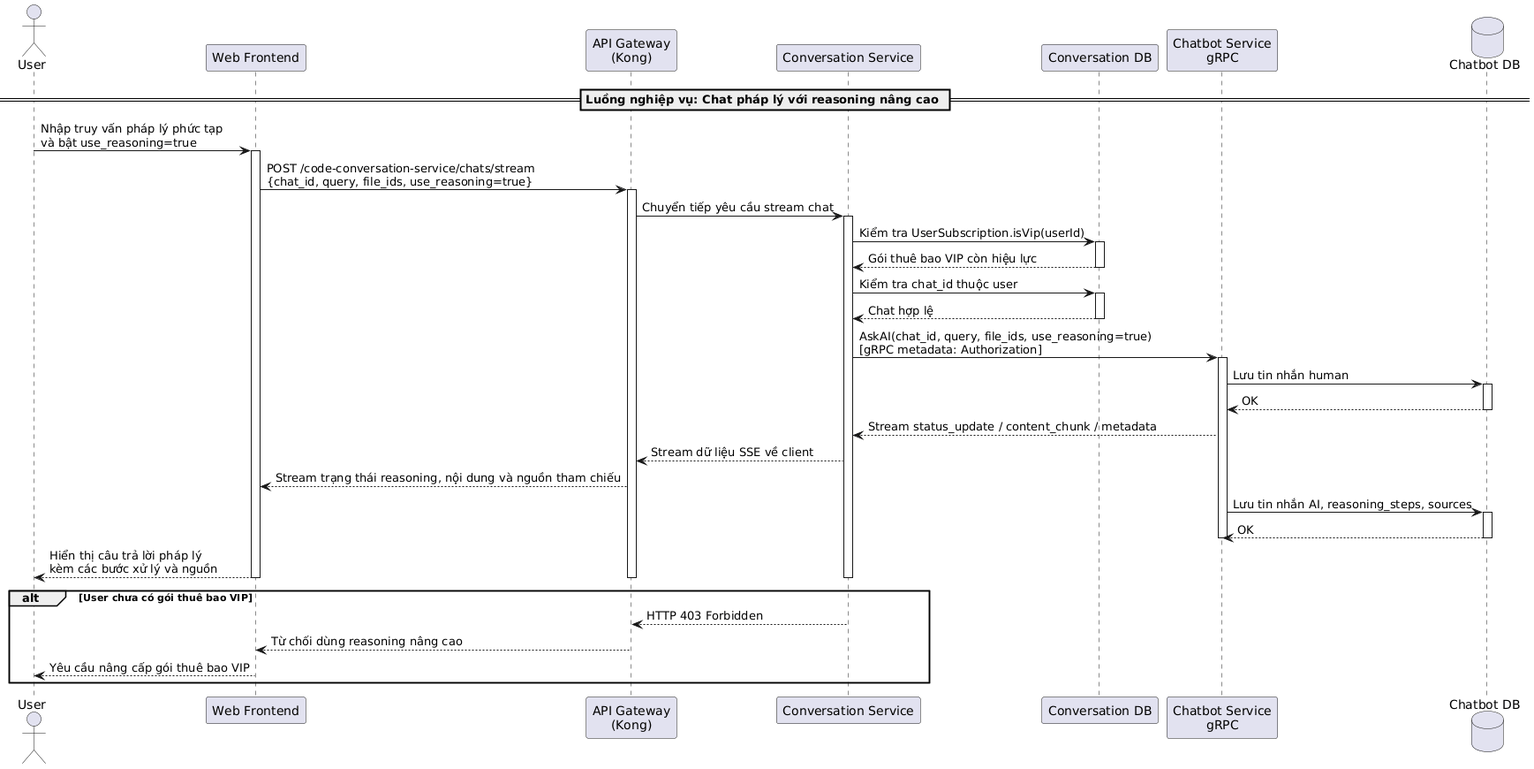
Above: temp/05-sequence/UML-Sequence-35.png in 20206205Tech/docs-uml (PlantUML), before the change.
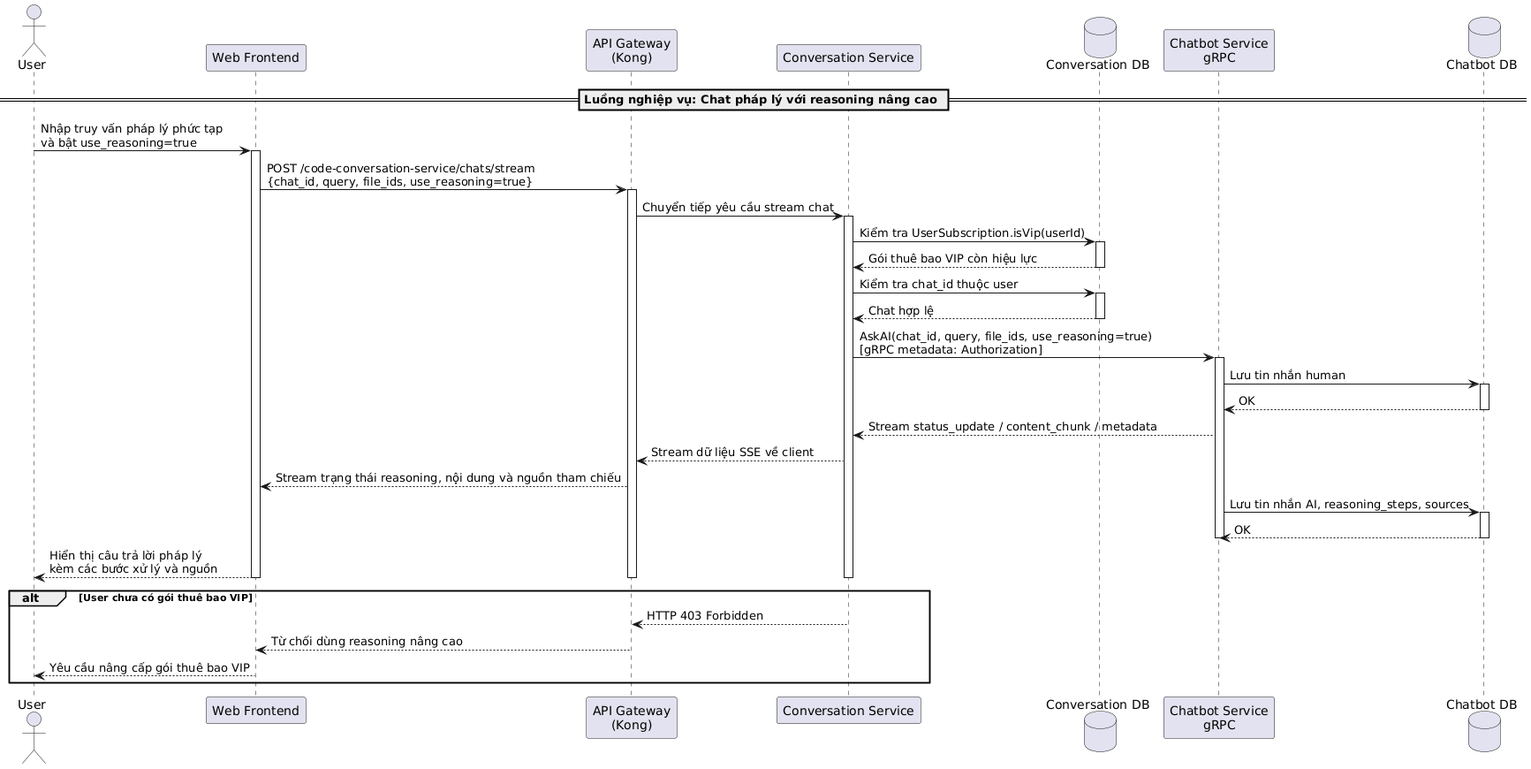
Above is the later version.

What changed in the source:
```diff
@@ -3,7 +3,7 @@
 participant "Web Frontend" as Frontend
 participant "API Gateway\n(Kong)" as Kong
 participant "Conversation Service" as ConversationService
-participant "Conversation DB" as ConversationDB
+database "Conversation DB" as ConversationDB
 participant "Chatbot Service\ngRPC" as ChatbotService
 database "Chatbot DB" as ChatbotDB
 
```
